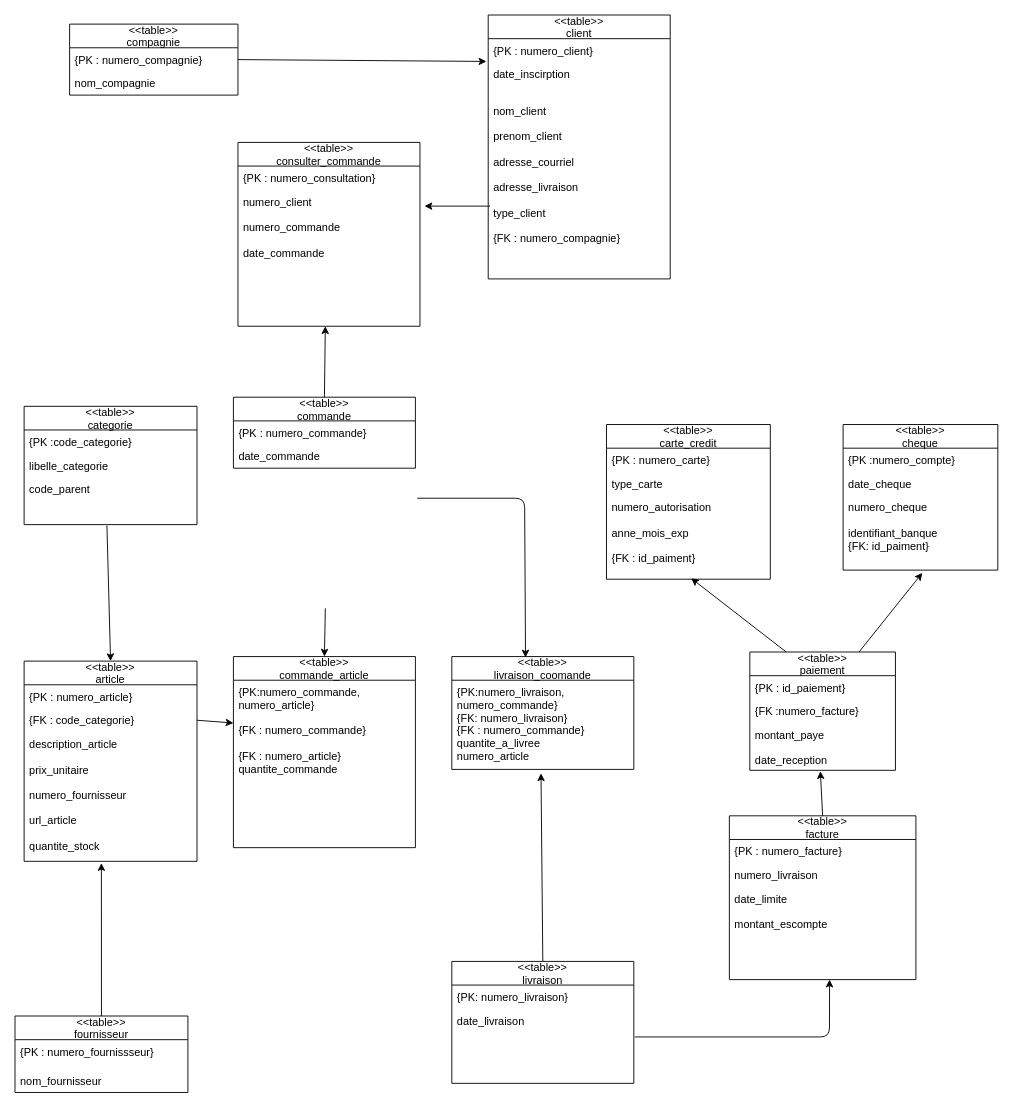
This is Untitled Diagram.drawio from bengattathadjali/MET1110, a draw.io file, before an edit. Source tidied: cells renumbered, new cells numbered last; positions are measured from the earlier drawing's top-left corner, leaving out a move shared by most shapes. Both pictures are drawn from the tidied source at 91%, with x=0, y=0 at pixel (15, 15).
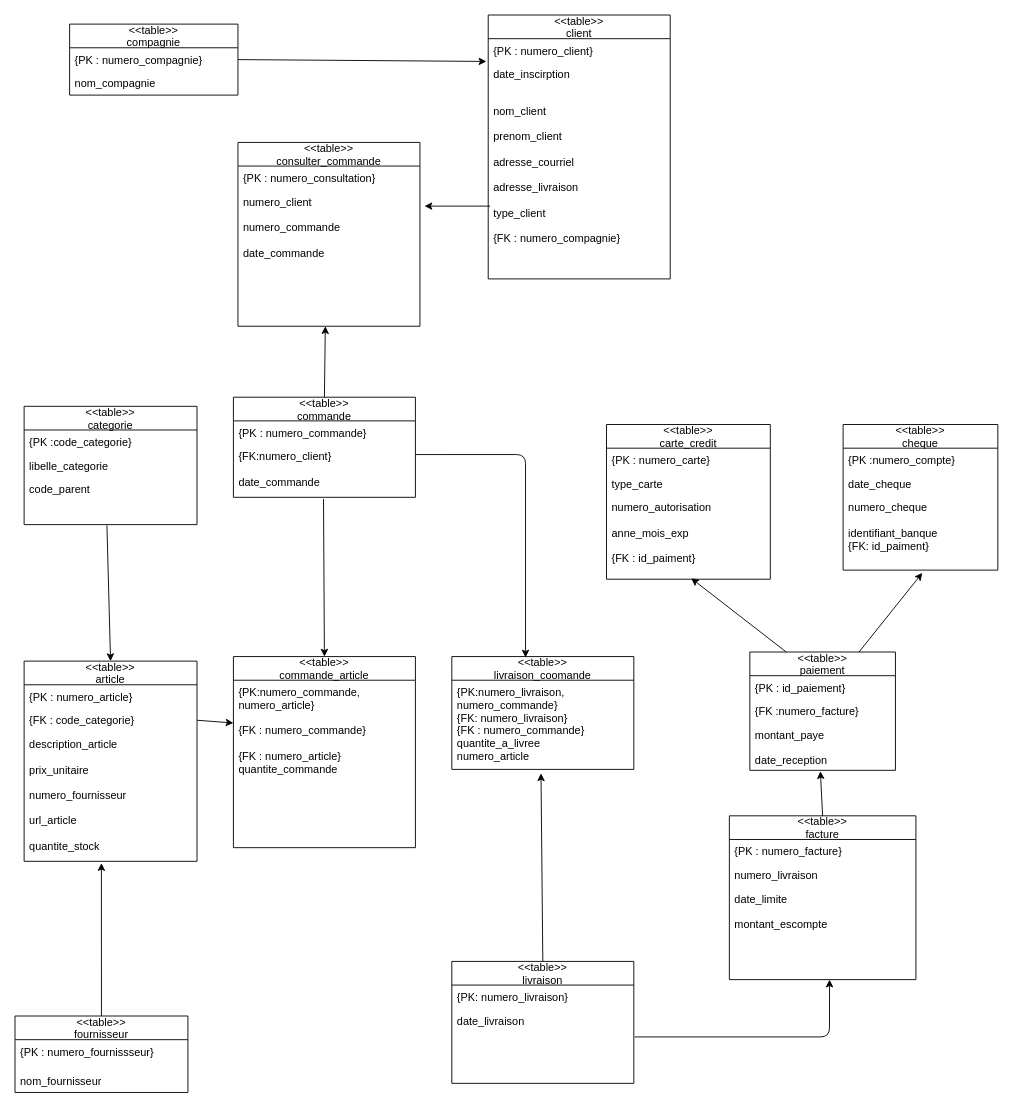
Above is the later version.

The change refers to these unchanged cells:
```xml
<mxCell id="45" value="&lt;&lt;table&gt;&gt;&#10;livraison_coomande" style="swimlane;fontStyle=0;horizontal=1;startSize=26;fillColor=none;" parent="1" vertex="1">
  <mxGeometry x="480" y="705" width="200" height="124" as="geometry" />
</mxCell>
<mxCell id="47" value="&lt;&lt;table&gt;&gt;&#10;commande_article" style="swimlane;fontStyle=0;horizontal=1;startSize=26;fillColor=none;" parent="1" vertex="1">
  <mxGeometry x="240" y="705" width="200" height="210" as="geometry" />
</mxCell>
```

The edit, as a diff of the source:
```diff
@@
     <mxCell id="16" value="&lt;&lt;table&gt;&gt;&#10;commande" style="swimlane;fontStyle=0;horizontal=1;startSize=26;fillColor=none;" parent="1" vertex="1">
-      <mxGeometry x="240" y="420" width="200" height="78" as="geometry" />
+      <mxGeometry x="240" y="420" width="200" height="110" as="geometry" />
     </mxCell>
-    <mxCell id="17" value="{PK : numero_commande}" style="text;strokeColor=none;fillColor=none;align=left;verticalAlign=top;spacingLeft=4;spacingRight=4;overflow=hidden;" parent="16" vertex="1">
+    <mxCell id="17" value="{PK : numero_commande}&#10;" style="text;strokeColor=none;fillColor=none;align=left;verticalAlign=top;spacingLeft=4;spacingRight=4;overflow=hidden;" parent="16" vertex="1">
       <mxGeometry y="26" width="200" height="26" as="geometry" />
     </mxCell>
-    <mxCell id="18" value="date_commande" style="text;strokeColor=none;fillColor=none;align=left;verticalAlign=top;spacingLeft=4;spacingRight=4;overflow=hidden;points=[[0,0.5],[1,0.5]];portConstraint=eastwest;" parent="16" vertex="1">
-      <mxGeometry y="52" width="200" height="26" as="geometry" />
+    <mxCell id="18" value="{FK:numero_client}&#10;&#10;date_commande" style="text;strokeColor=none;fillColor=none;align=left;verticalAlign=top;spacingLeft=4;spacingRight=4;overflow=hidden;points=[[0,0.5],[1,0.5]];portConstraint=eastwest;" parent="16" vertex="1">
+      <mxGeometry y="52" width="200" height="58" as="geometry" />
     </mxCell>
@@
-    <mxCell id="55" style="endArrow=classic;html=1;exitX=0.505;exitY=1.013;exitDx=0;exitDy=0;exitPerimeter=0;entryX=0.5;entryY=0;entryDx=0;entryDy=0;" parent="1" edge="1" target="47">
-      <mxGeometry relative="1" as="geometry">
-        <mxPoint x="341" y="652" as="sourcePoint" />
-      </mxGeometry>
+    <mxCell id="55" style="endArrow=classic;html=1;exitX=0.495;exitY=1.034;exitDx=0;exitDy=0;exitPerimeter=0;entryX=0.5;entryY=0;entryDx=0;entryDy=0;" parent="1" edge="1" source="18" target="47">
+      <mxGeometry relative="1" as="geometry" />
     </mxCell>
-    <mxCell id="56" style="endArrow=classic;html=1;exitX=1.01;exitY=0.217;exitDx=0;exitDy=0;exitPerimeter=0;entryX=0.405;entryY=0.008;entryDx=0;entryDy=0;entryPerimeter=0;" parent="1" edge="1" target="45">
+    <mxCell id="56" style="endArrow=classic;html=1;exitX=1;exitY=0.19;exitDx=0;exitDy=0;exitPerimeter=0;entryX=0.405;entryY=0.008;entryDx=0;entryDy=0;entryPerimeter=0;" parent="1" edge="1" source="18" target="45">
       <mxGeometry relative="1" as="geometry">
-        <mxPoint x="442" y="531" as="sourcePoint" />
         <Array as="points">
-          <mxPoint x="560" y="531" />
+          <mxPoint x="561" y="483" />
         </Array>
       </mxGeometry>
     </mxCell>
```
